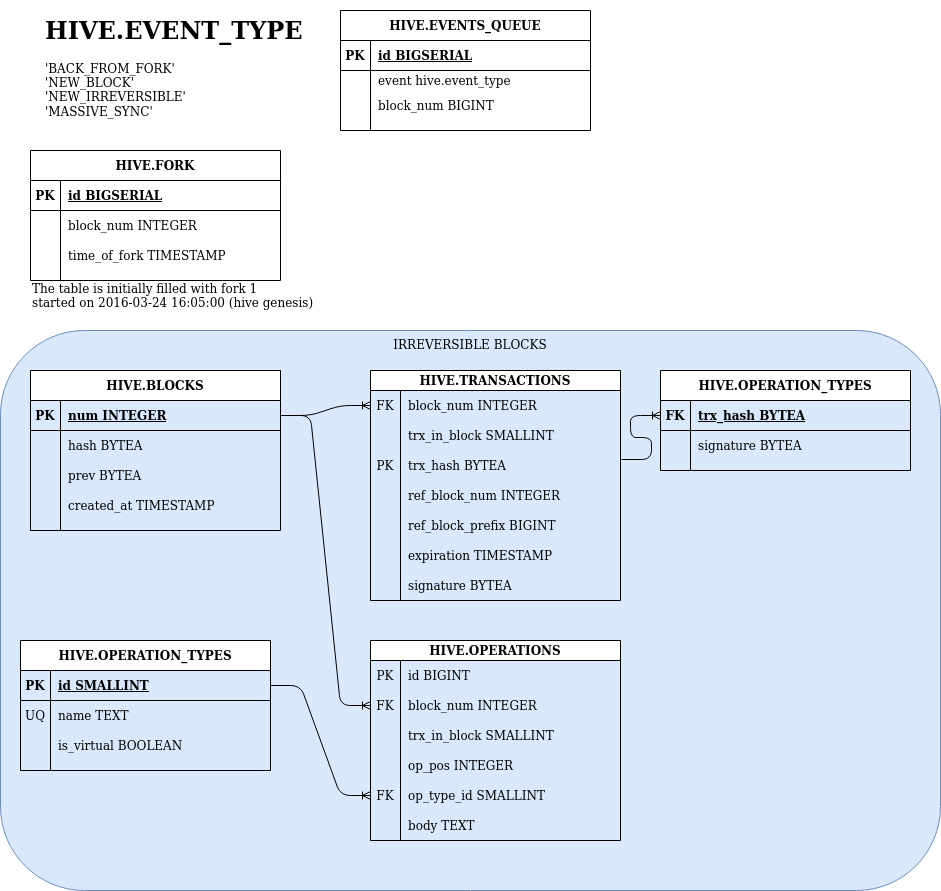
This is src/hive_fork/doc/evq_fork_db.png from openhive-network/HAfAH, a draw.io export, as it was before one commit. Source tidied: cells renumbered, new cells last; positions are measured from the earlier drawing's top-left corner, leaving out a move shared by most shapes.
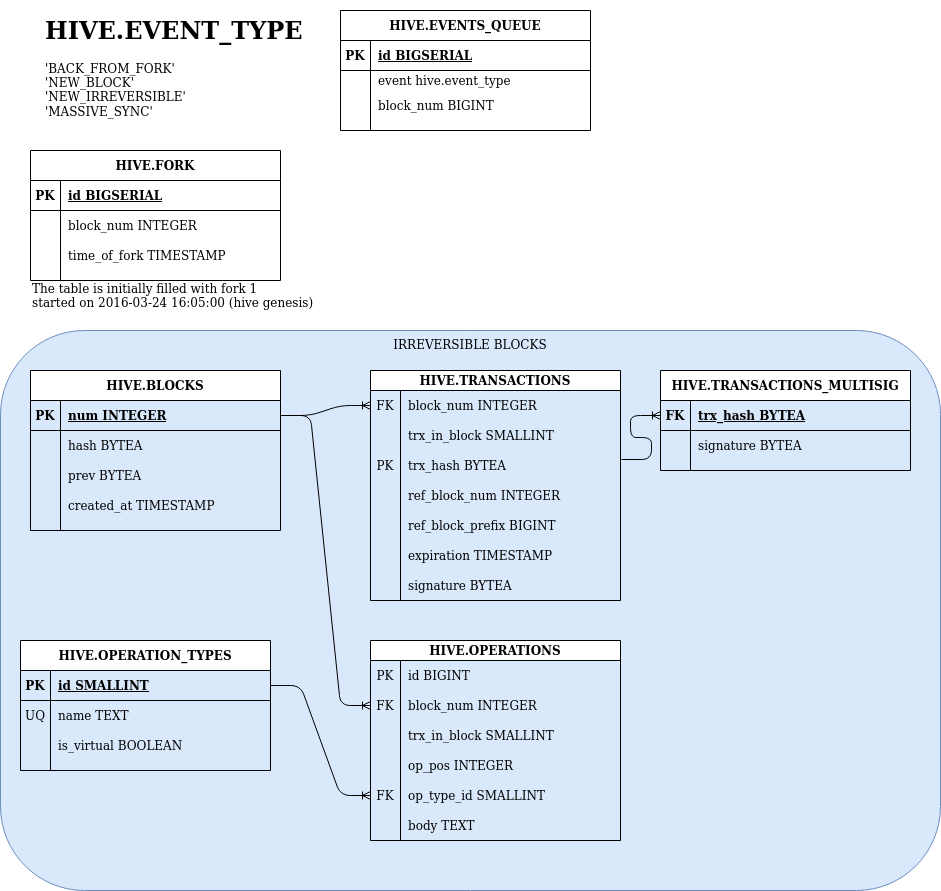
Later version of the same file.

The edit, as a diff of the source:
```diff
@@ -272,7 +272,7 @@
     <mxCell id="91" style="edgeStyle=entityRelationEdgeStyle;fontSize=12;html=1;endArrow=ERoneToMany;exitX=1;exitY=0.5;exitDx=0;exitDy=0;entryX=0;entryY=0.5;entryDx=0;entryDy=0;" parent="1" edge="1" source="82" target="74">
       <mxGeometry relative="1" as="geometry" />
     </mxCell>
-    <mxCell id="92" value="HIVE.OPERATION_TYPES" style="shape=table;startSize=30;rowLines=0;fontStyle=1;align=center;" parent="1" vertex="1">
+    <mxCell id="92" value="HIVE.TRANSACTIONS_MULTISIG" style="shape=table;startSize=30;rowLines=0;fontStyle=1;align=center;" parent="1" vertex="1">
       <mxGeometry x="660" y="360" width="250" height="100" as="geometry" />
     </mxCell>
     <mxCell id="93" style="shape=partialRectangle;fillColor=none;points=[[0,0.5],[1,0.5]];portConstraint=eastwest;top=0;left=0;right=0;bottom=1;" parent="92" vertex="1">
```
